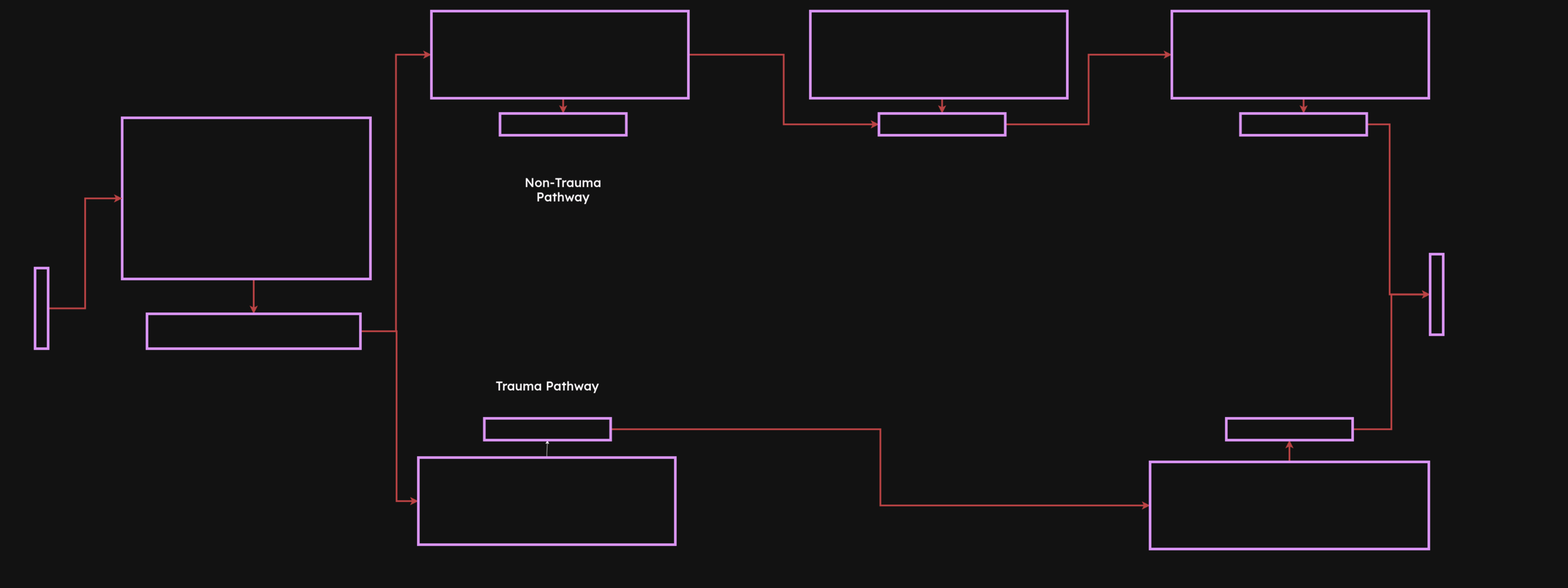
This is resources/Full Model Background Image - Horizontal Layout.drawio.png from hsma-programme/Teaching_DES_Concepts_Streamlit, a draw.io export, as it was before one commit. Source tidied: cells renumbered, new cells last; positions are measured from the earlier drawing's top-left corner, leaving out a move shared by most shapes.
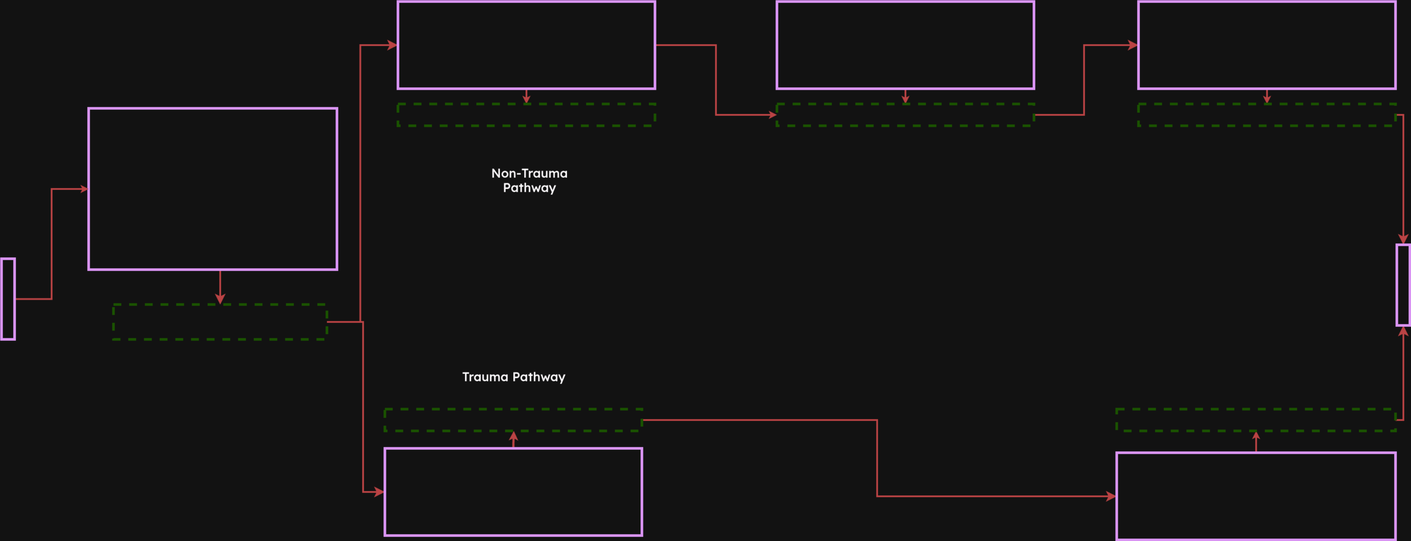
The same file after the commit.

Diff of the diagram source:
```diff
@@ -2,7 +2,7 @@
   <root>
     <mxCell id="0" />
     <mxCell id="1" parent="0" />
-    <mxCell id="2" style="edgeStyle=orthogonalEdgeStyle;rounded=0;jettySize=auto;html=1;exitX=0.5;exitY=1;exitDx=0;exitDy=0;strokeWidth=4;strokeColor=#FF8787;" parent="1" edge="1" source="3" target="6">
+    <mxCell id="2" style="edgeStyle=orthogonalEdgeStyle;rounded=0;jettySize=auto;html=1;exitX=0.5;exitY=1;exitDx=0;exitDy=0;strokeWidth=4;strokeColor=#FF8787;endSize=12;" parent="1" edge="1" source="3" target="6">
       <mxGeometry relative="1" as="geometry">
         <Array as="points">
           <mxPoint x="502" y="615" />
@@ -12,7 +12,7 @@
     <mxCell id="3" style="rounded=0;whiteSpace=wrap;html=1;fillColor=none;strokeColor=#813d9c;strokeWidth=6;" parent="1" vertex="1">
       <mxGeometry x="200" y="245" width="570" height="370" as="geometry" />
     </mxCell>
-    <mxCell id="4" style="edgeStyle=orthogonalEdgeStyle;rounded=0;jettySize=auto;html=1;exitX=1;exitY=0.5;exitDx=0;exitDy=0;entryX=0;entryY=0.5;entryDx=0;entryDy=0;strokeWidth=4;strokeColor=#FF8787;" parent="1" edge="1" source="6" target="8">
+    <mxCell id="4" style="edgeStyle=orthogonalEdgeStyle;rounded=0;jettySize=auto;html=1;exitX=1;exitY=0.5;exitDx=0;exitDy=0;entryX=0;entryY=0.5;entryDx=0;entryDy=0;strokeWidth=4;strokeColor=#FF8787;endSize=12;" parent="1" edge="1" source="6" target="8">
       <mxGeometry relative="1" as="geometry">
         <Array as="points">
           <mxPoint x="830" y="735" />
@@ -20,13 +20,13 @@
         </Array>
       </mxGeometry>
     </mxCell>
-    <mxCell id="5" style="edgeStyle=orthogonalEdgeStyle;rounded=0;jettySize=auto;html=1;exitX=1;exitY=0.5;exitDx=0;exitDy=0;entryX=0;entryY=0.5;entryDx=0;entryDy=0;strokeWidth=4;strokeColor=#FF8787;" parent="1" edge="1" source="6" target="21">
+    <mxCell id="5" style="edgeStyle=orthogonalEdgeStyle;rounded=0;jettySize=auto;html=1;exitX=1;exitY=0.5;exitDx=0;exitDy=0;entryX=0;entryY=0.5;entryDx=0;entryDy=0;strokeWidth=4;strokeColor=#FF8787;endSize=12;" parent="1" edge="1" source="6" target="21">
       <mxGeometry relative="1" as="geometry" />
     </mxCell>
-    <mxCell id="6" style="rounded=0;whiteSpace=wrap;html=1;fillColor=none;strokeColor=#813d9c;strokeWidth=6;" parent="1" vertex="1">
+    <mxCell id="6" style="rounded=0;whiteSpace=wrap;html=1;fillColor=none;strokeColor=#97D077;strokeWidth=6;dashed=1;" parent="1" vertex="1">
       <mxGeometry x="257" y="695" width="490" height="80" as="geometry" />
     </mxCell>
-    <mxCell id="7" style="edgeStyle=orthogonalEdgeStyle;rounded=0;jettySize=auto;html=1;exitX=0.5;exitY=0;exitDx=0;exitDy=0;entryX=0.5;entryY=1;entryDx=0;entryDy=0;" parent="1" edge="1" source="8" target="10">
+    <mxCell id="7" style="edgeStyle=orthogonalEdgeStyle;rounded=0;jettySize=auto;html=1;exitX=0.5;exitY=0;exitDx=0;exitDy=0;entryX=0.5;entryY=1;entryDx=0;entryDy=0;strokeWidth=5;strokeColor=#FF8787;" parent="1" edge="1" source="8" target="10">
       <mxGeometry relative="1" as="geometry">
         <Array as="points">
           <mxPoint x="1175" y="1015" />
@@ -37,11 +37,11 @@
     <mxCell id="8" style="rounded=0;whiteSpace=wrap;html=1;fillColor=none;strokeColor=#813d9c;strokeWidth=6;" parent="1" vertex="1">
       <mxGeometry x="880" y="1025" width="590" height="200" as="geometry" />
     </mxCell>
-    <mxCell id="9" style="edgeStyle=orthogonalEdgeStyle;rounded=0;jettySize=auto;html=1;exitX=1;exitY=0.5;exitDx=0;exitDy=0;entryX=0;entryY=0.5;entryDx=0;entryDy=0;strokeWidth=4;strokeColor=#FF8787;" parent="1" edge="1" source="10" target="14">
+    <mxCell id="9" style="edgeStyle=orthogonalEdgeStyle;rounded=0;jettySize=auto;html=1;exitX=1;exitY=0.5;exitDx=0;exitDy=0;entryX=0;entryY=0.5;entryDx=0;entryDy=0;strokeWidth=4;strokeColor=#FF8787;endSize=12;" parent="1" edge="1" source="10" target="14">
       <mxGeometry relative="1" as="geometry" />
     </mxCell>
-    <mxCell id="10" style="rounded=0;whiteSpace=wrap;html=1;fillColor=none;strokeColor=#813d9c;strokeWidth=6;" parent="1" vertex="1">
-      <mxGeometry x="1031.5" y="935" width="290" height="50" as="geometry" />
+    <mxCell id="10" style="rounded=0;whiteSpace=wrap;html=1;fillColor=none;strokeColor=#97D077;strokeWidth=6;dashed=1;" parent="1" vertex="1">
+      <mxGeometry x="880" y="935" width="590" height="50" as="geometry" />
     </mxCell>
     <mxCell id="11" style="edgeStyle=orthogonalEdgeStyle;rounded=0;jettySize=auto;html=1;exitX=1;exitY=0.5;exitDx=0;exitDy=0;entryX=0;entryY=0.5;entryDx=0;entryDy=0;strokeWidth=4;strokeColor=#FF8787;" parent="1" edge="1" source="12" target="3">
       <mxGeometry relative="1" as="geometry" />
@@ -55,11 +55,15 @@
     <mxCell id="14" style="rounded=0;whiteSpace=wrap;html=1;fillColor=none;strokeColor=#813d9c;strokeWidth=6;" parent="1" vertex="1">
       <mxGeometry x="2560" y="1035" width="640" height="200" as="geometry" />
     </mxCell>
-    <mxCell id="15" style="edgeStyle=orthogonalEdgeStyle;rounded=0;jettySize=auto;html=1;exitX=1;exitY=0.5;exitDx=0;exitDy=0;entryX=0;entryY=0.5;entryDx=0;entryDy=0;strokeWidth=4;strokeColor=#FF8787;" parent="1" edge="1" source="16" target="31">
-      <mxGeometry relative="1" as="geometry" />
+    <mxCell id="15" style="edgeStyle=orthogonalEdgeStyle;rounded=0;jettySize=auto;html=1;exitX=1;exitY=0.5;exitDx=0;exitDy=0;entryX=0.5;entryY=1;entryDx=0;entryDy=0;strokeWidth=4;strokeColor=#FF8787;endSize=12;" parent="1" edge="1" source="16" target="31">
+      <mxGeometry relative="1" as="geometry">
+        <Array as="points">
+          <mxPoint x="3218" y="960" />
+        </Array>
+      </mxGeometry>
     </mxCell>
-    <mxCell id="16" style="rounded=0;whiteSpace=wrap;html=1;fillColor=none;strokeColor=#813d9c;strokeWidth=6;" parent="1" vertex="1">
-      <mxGeometry x="2735" y="935" width="290" height="50" as="geometry" />
+    <mxCell id="16" style="rounded=0;whiteSpace=wrap;html=1;fillColor=none;strokeColor=#97D077;strokeWidth=6;dashed=1;" parent="1" vertex="1">
+      <mxGeometry x="2560" y="935" width="640" height="50" as="geometry" />
     </mxCell>
     <mxCell id="17" value="&lt;font style=&quot;font-size: 28px;&quot; face=&quot;Lexend&quot;&gt;&lt;b style=&quot;font-size: 28px;&quot;&gt;Non-Trauma Pathway&lt;/b&gt;&lt;br&gt;&lt;/font&gt;" style="text;html=1;strokeColor=none;fillColor=none;align=center;verticalAlign=middle;whiteSpace=wrap;rounded=0;" parent="1" vertex="1">
       <mxGeometry x="1060" y="395" width="305" height="30" as="geometry" />
@@ -76,8 +80,8 @@
     <mxCell id="21" style="rounded=0;whiteSpace=wrap;html=1;fillColor=none;strokeColor=#813d9c;strokeWidth=6;" parent="1" vertex="1">
       <mxGeometry x="910" width="590" height="200" as="geometry" />
     </mxCell>
-    <mxCell id="22" style="rounded=0;whiteSpace=wrap;html=1;fillColor=none;strokeColor=#813d9c;strokeWidth=6;" parent="1" vertex="1">
-      <mxGeometry x="1067.5" y="235" width="290" height="50" as="geometry" />
+    <mxCell id="22" style="rounded=0;whiteSpace=wrap;html=1;fillColor=none;strokeColor=#97D077;strokeWidth=6;dashed=1;" parent="1" vertex="1">
+      <mxGeometry x="910" y="235" width="590" height="50" as="geometry" />
     </mxCell>
     <mxCell id="23" style="edgeStyle=orthogonalEdgeStyle;rounded=0;jettySize=auto;html=1;exitX=0.5;exitY=1;exitDx=0;exitDy=0;entryX=0.5;entryY=0;entryDx=0;entryDy=0;strokeWidth=4;strokeColor=#FF8787;" parent="1" edge="1" source="24" target="26">
       <mxGeometry relative="1" as="geometry" />
@@ -85,11 +89,11 @@
     <mxCell id="24" style="rounded=0;whiteSpace=wrap;html=1;fillColor=none;strokeColor=#813d9c;strokeWidth=6;" parent="1" vertex="1">
       <mxGeometry x="1780" width="590" height="200" as="geometry" />
     </mxCell>
-    <mxCell id="25" style="edgeStyle=orthogonalEdgeStyle;rounded=0;jettySize=auto;html=1;exitX=1;exitY=0.5;exitDx=0;exitDy=0;entryX=0;entryY=0.5;entryDx=0;entryDy=0;strokeWidth=4;strokeColor=#FF8787;" parent="1" edge="1" source="26" target="28">
+    <mxCell id="25" style="edgeStyle=orthogonalEdgeStyle;rounded=0;jettySize=auto;html=1;exitX=1;exitY=0.5;exitDx=0;exitDy=0;entryX=0;entryY=0.5;entryDx=0;entryDy=0;strokeWidth=4;strokeColor=#FF8787;endSize=12;" parent="1" edge="1" source="26" target="28">
       <mxGeometry relative="1" as="geometry" />
     </mxCell>
-    <mxCell id="26" style="rounded=0;whiteSpace=wrap;html=1;fillColor=none;strokeColor=#813d9c;strokeWidth=6;" parent="1" vertex="1">
-      <mxGeometry x="1937.5" y="235" width="290" height="50" as="geometry" />
+    <mxCell id="26" style="rounded=0;whiteSpace=wrap;html=1;fillColor=none;strokeColor=#97D077;strokeWidth=6;dashed=1;" parent="1" vertex="1">
+      <mxGeometry x="1780" y="235" width="590" height="50" as="geometry" />
     </mxCell>
     <mxCell id="27" style="edgeStyle=orthogonalEdgeStyle;rounded=0;jettySize=auto;html=1;exitX=0.5;exitY=1;exitDx=0;exitDy=0;entryX=0.5;entryY=0;entryDx=0;entryDy=0;strokeWidth=4;strokeColor=#FF8787;" parent="1" edge="1" source="28" target="30">
       <mxGeometry relative="1" as="geometry" />
@@ -97,16 +101,15 @@
     <mxCell id="28" style="rounded=0;whiteSpace=wrap;html=1;fillColor=none;strokeColor=#813d9c;strokeWidth=6;" parent="1" vertex="1">
       <mxGeometry x="2610" width="590" height="200" as="geometry" />
     </mxCell>
-    <mxCell id="29" style="edgeStyle=orthogonalEdgeStyle;rounded=0;jettySize=auto;html=1;exitX=1;exitY=0.5;exitDx=0;exitDy=0;entryX=0;entryY=0.5;entryDx=0;entryDy=0;strokeWidth=4;strokeColor=#FF8787;" parent="1" edge="1" source="30" target="31">
+    <mxCell id="29" style="edgeStyle=orthogonalEdgeStyle;rounded=0;jettySize=auto;html=1;exitX=1;exitY=0.5;exitDx=0;exitDy=0;entryX=0.5;entryY=0;entryDx=0;entryDy=0;strokeWidth=4;strokeColor=#FF8787;endSize=12;" parent="1" edge="1" source="30" target="31">
       <mxGeometry relative="1" as="geometry">
         <Array as="points">
-          <mxPoint x="3110" y="260" />
-          <mxPoint x="3110" y="651" />
+          <mxPoint x="3218" y="260" />
         </Array>
       </mxGeometry>
     </mxCell>
-    <mxCell id="30" style="rounded=0;whiteSpace=wrap;html=1;fillColor=none;strokeColor=#813d9c;strokeWidth=6;" parent="1" vertex="1">
-      <mxGeometry x="2767.5" y="235" width="290" height="50" as="geometry" />
+    <mxCell id="30" style="rounded=0;whiteSpace=wrap;html=1;fillColor=none;strokeColor=#97D077;strokeWidth=6;dashed=1;" parent="1" vertex="1">
+      <mxGeometry x="2610" y="235" width="590" height="50" as="geometry" />
     </mxCell>
     <mxCell id="31" style="rounded=0;whiteSpace=wrap;html=1;fillColor=none;strokeColor=#813d9c;strokeWidth=6;" parent="1" vertex="1">
       <mxGeometry x="3203" y="558" width="30" height="185" as="geometry" />
```
